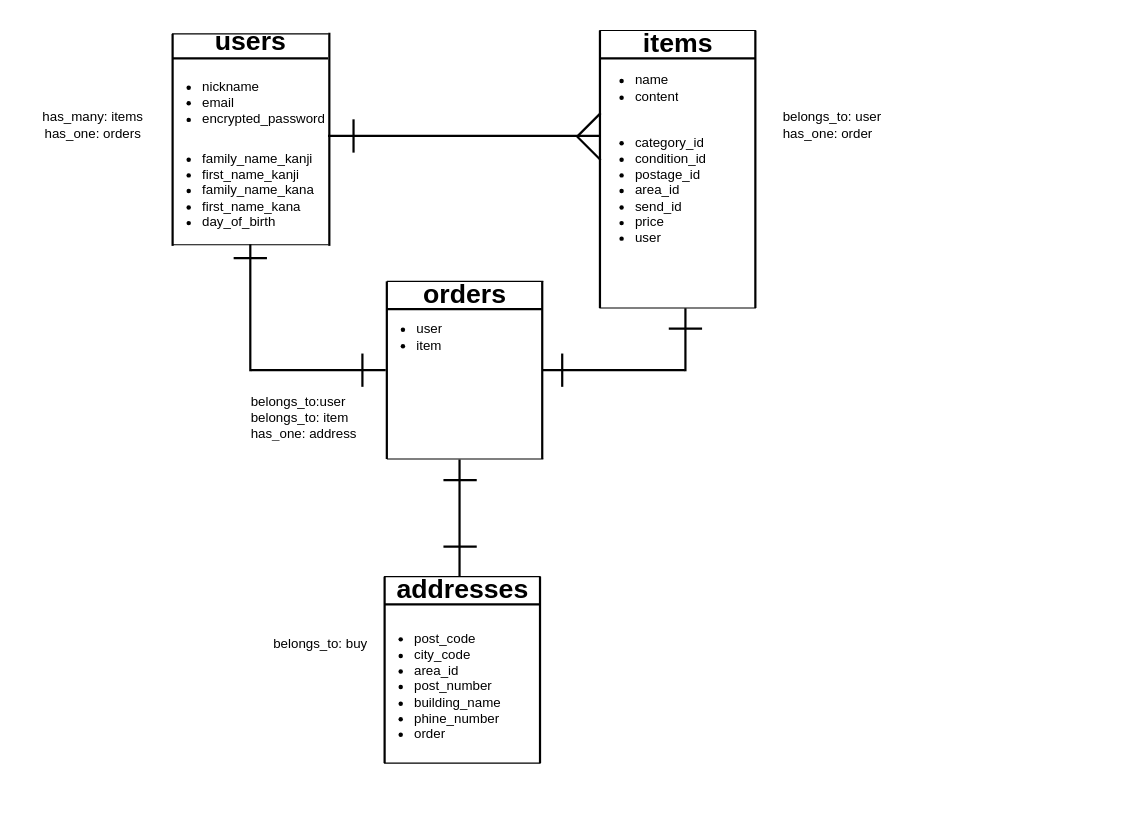
Above: furima-er.dio in tatsuaki1234/furima-27589 (draw.io), before the change. Source tidied: cells renumbered, new cells numbered last; positions are measured from the earlier drawing's top-left corner, leaving out a move shared by most shapes. Both pictures are drawn from the tidied source at 111%, with x=0, y=0 at pixel (18, 19).
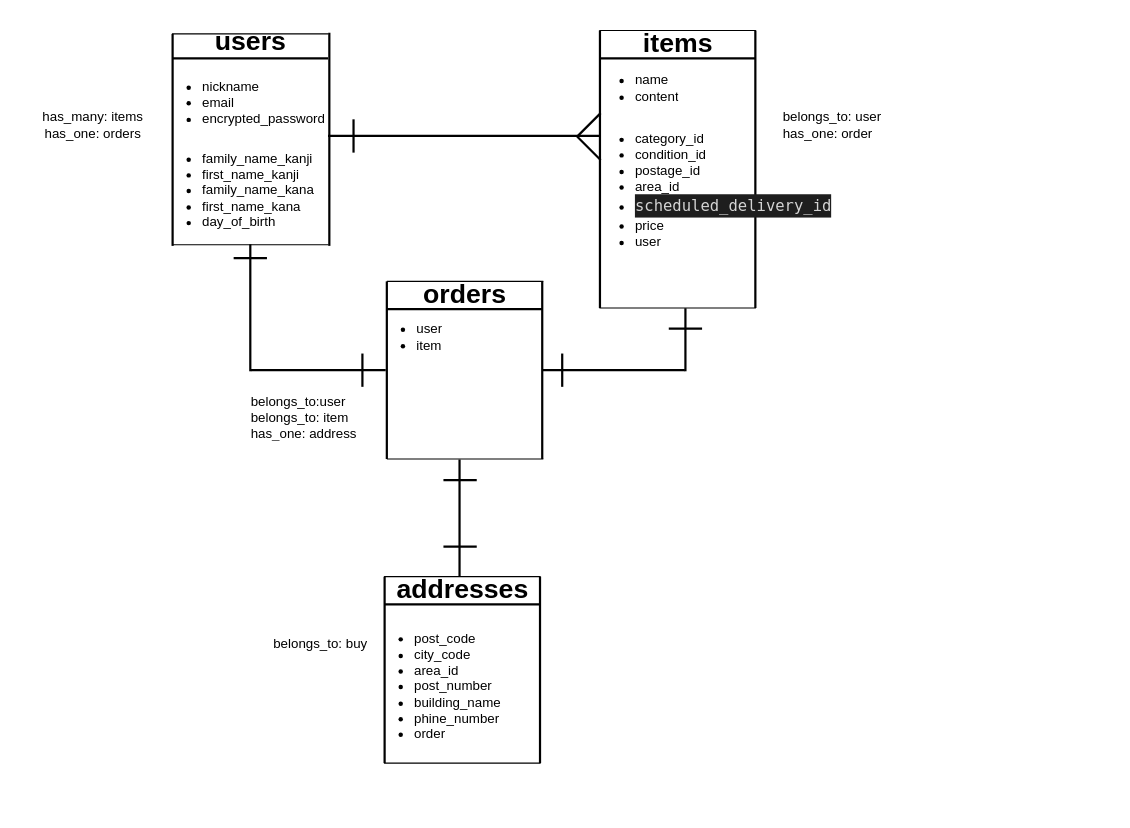
The same diagram, later.

Commit message (it also covers changes not shown here):
itemモデルsendカラム名をscheduled_delivery_idに変更

What changed in the source:
```diff
@@
-    <mxCell id="15" value="&lt;ul&gt;&lt;li&gt;category_id&lt;/li&gt;&lt;li&gt;condition_id&lt;br&gt;&lt;/li&gt;&lt;li&gt;postage_id&lt;/li&gt;&lt;li&gt;area_id&lt;/li&gt;&lt;li&gt;send_id&lt;/li&gt;&lt;li&gt;price&lt;/li&gt;&lt;li&gt;user&lt;/li&gt;&lt;/ul&gt;" style="text;strokeColor=none;fillColor=none;html=1;whiteSpace=wrap;verticalAlign=middle;overflow=hidden;" parent="1" vertex="1">
-      <mxGeometry x="514" y="26.6" width="110" height="254" as="geometry" />
+    <mxCell id="15" value="&lt;ul&gt;&lt;li&gt;category_id&lt;/li&gt;&lt;li&gt;condition_id&lt;br&gt;&lt;/li&gt;&lt;li&gt;postage_id&lt;/li&gt;&lt;li&gt;area_id&lt;/li&gt;&lt;li&gt;&lt;div style=&quot;color: rgb(212 , 212 , 212) ; background-color: rgb(30 , 30 , 30) ; font-family: &amp;#34;menlo&amp;#34; , &amp;#34;monaco&amp;#34; , &amp;#34;courier new&amp;#34; , monospace ; font-size: 14px ; line-height: 21px&quot;&gt;scheduled_delivery_id&lt;/div&gt;&lt;/li&gt;&lt;li&gt;price&lt;/li&gt;&lt;li&gt;user&lt;/li&gt;&lt;/ul&gt;" style="text;strokeColor=none;fillColor=none;html=1;whiteSpace=wrap;verticalAlign=middle;overflow=hidden;" parent="1" vertex="1">
+      <mxGeometry x="514" y="26.6" width="470" height="254" as="geometry" />
     </mxCell>
```
